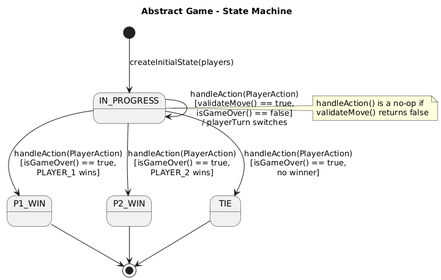
Earlier version of the PlantUML export docs/rules+validation/Game SM.png (Hainsman/SENG-300-Group-Project). The source it was exported from:
```plantuml
@startuml
title Abstract Game - State Machine

[*] --> IN_PROGRESS : createInitialState(players)

IN_PROGRESS --> IN_PROGRESS : handleAction(PlayerAction)\n[validateMove() == true,\nisGameOver() == false]\n/ playerTurn switches

IN_PROGRESS --> P1_WIN : handleAction(PlayerAction)\n[isGameOver() == true,\nPLAYER_1 wins]

IN_PROGRESS --> P2_WIN : handleAction(PlayerAction)\n[isGameOver() == true,\nPLAYER_2 wins]

IN_PROGRESS --> TIE : handleAction(PlayerAction)\n[isGameOver() == true,\nno winner]

note right of IN_PROGRESS
  handleAction() is a no-op if
  validateMove() returns false
end note

P1_WIN --> [*]
P2_WIN --> [*]
TIE --> [*]
@enduml
```
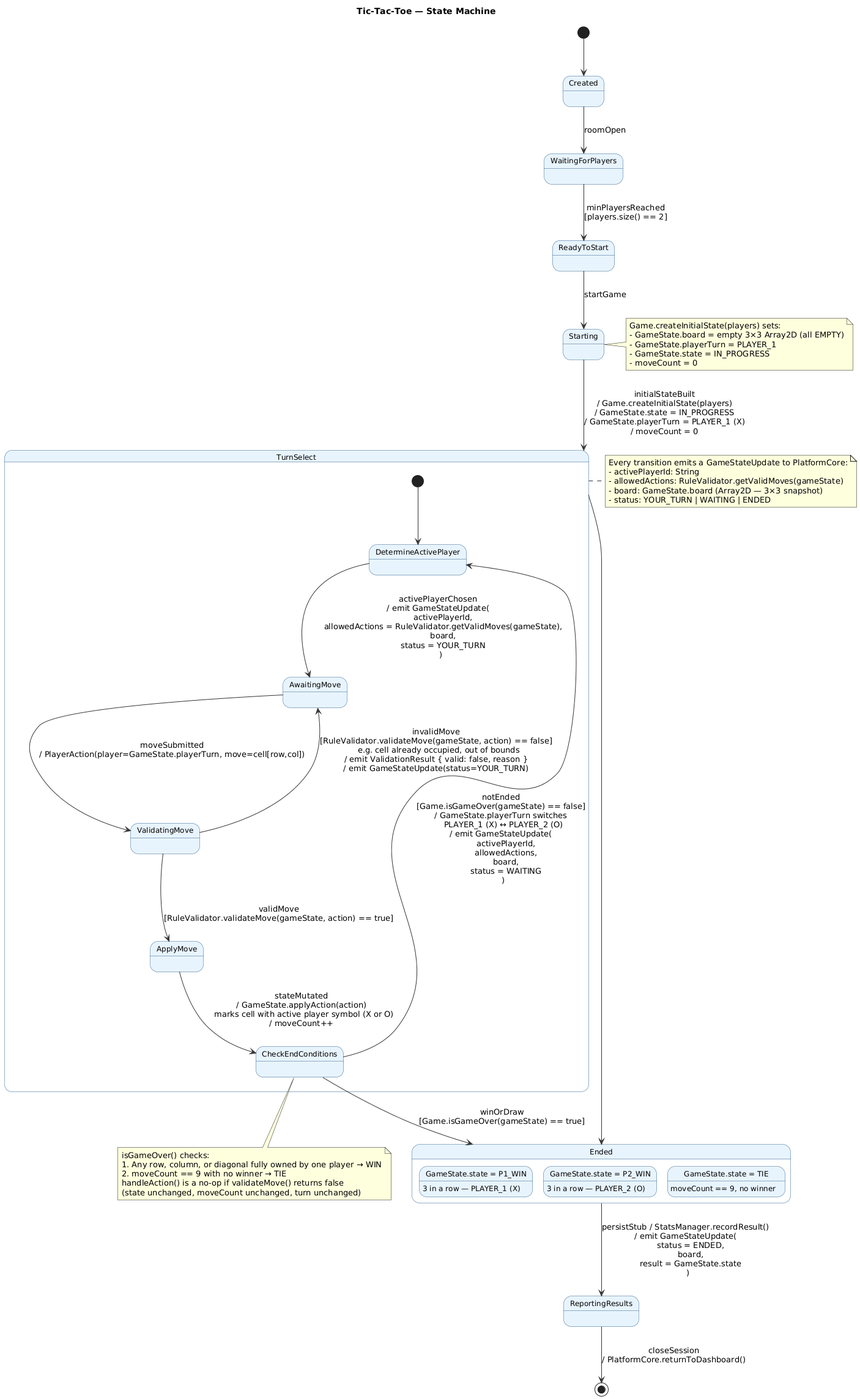
After the change.

Commit message:
Updated the Game SM Diagrams

The edit, as a diff of the source:
```diff
@@ -1,22 +1,78 @@
 @startuml
-title Abstract Game - State Machine
+title Tic-Tac-Toe — State Machine
 
-[*] --> IN_PROGRESS : createInitialState(players)
+skinparam state {
+  BackgroundColor #E8F4FD
+  BorderColor #2A5F8F
+  FontSize 12
+  ArrowColor #333333
+  StartColor #1a3a5c
+  EndColor #1a3a5c
+  CompositeBackgroundColor #F5FAFF
+  CompositeBorderColor #2A5F8F
+}
 
-IN_PROGRESS --> IN_PROGRESS : handleAction(PlayerAction)\n[validateMove() == true,\nisGameOver() == false]\n/ playerTurn switches
+[*] --> Created
 
-IN_PROGRESS --> P1_WIN : handleAction(PlayerAction)\n[isGameOver() == true,\nPLAYER_1 wins]
+Created --> WaitingForPlayers : roomOpen
 
-IN_PROGRESS --> P2_WIN : handleAction(PlayerAction)\n[isGameOver() == true,\nPLAYER_2 wins]
+WaitingForPlayers --> ReadyToStart : minPlayersReached\n[players.size() == 2]
 
-IN_PROGRESS --> TIE : handleAction(PlayerAction)\n[isGameOver() == true,\nno winner]
+ReadyToStart --> Starting : startGame
 
-note right of IN_PROGRESS
-  handleAction() is a no-op if
-  validateMove() returns false
+Starting --> TurnSelect : initialStateBuilt\n/ Game.createInitialState(players)\n/ GameState.state = IN_PROGRESS\n/ GameState.playerTurn = PLAYER_1 (X)\n/ moveCount = 0
+
+state TurnSelect {
+  [*] --> DetermineActivePlayer
+
+  DetermineActivePlayer --> AwaitingMove : activePlayerChosen\n/ emit GameStateUpdate(\n    activePlayerId,\n    allowedActions = RuleValidator.getValidMoves(gameState),\n    board,\n    status = YOUR_TURN\n  )
+
+  AwaitingMove --> ValidatingMove : moveSubmitted\n/ PlayerAction(player=GameState.playerTurn, move=cell[row,col])
+
+  ValidatingMove --> AwaitingMove : invalidMove\n[RuleValidator.validateMove(gameState, action) == false]\n  e.g. cell already occupied, out of bounds\n/ emit ValidationResult { valid: false, reason }\n/ emit GameStateUpdate(status=YOUR_TURN)
+
+  ValidatingMove --> ApplyMove : validMove\n[RuleValidator.validateMove(gameState, action) == true]
+
+  ApplyMove --> CheckEndConditions : stateMutated\n/ GameState.applyAction(action)\n  marks cell with active player symbol (X or O)\n/ moveCount++
+
+  CheckEndConditions --> DetermineActivePlayer : notEnded\n[Game.isGameOver(gameState) == false]\n/ GameState.playerTurn switches\n  PLAYER_1 (X) ↔ PLAYER_2 (O)\n/ emit GameStateUpdate(\n    activePlayerId,\n    allowedActions,\n    board,\n    status = WAITING\n  )
+
+  CheckEndConditions --> Ended : winOrDraw\n[Game.isGameOver(gameState) == true]
+}
+
+state Ended {
+  state "GameState.state = P1_WIN" as P1Win : 3 in a row — PLAYER_1 (X)
+  state "GameState.state = P2_WIN" as P2Win : 3 in a row — PLAYER_2 (O)
+  state "GameState.state = TIE"   as Tie   : moveCount == 9, no winner
+}
+
+TurnSelect --> Ended
+
+Ended --> ReportingResults : persistStub / StatsManager.recordResult()\n/ emit GameStateUpdate(\n    status = ENDED,\n    board,\n    result = GameState.state\n  )
+
+ReportingResults --> [*] : closeSession\n/ PlatformCore.returnToDashboard()
+
+note right of TurnSelect
+  Every transition emits a GameStateUpdate to PlatformCore:
+  - activePlayerId: String
+  - allowedActions: RuleValidator.getValidMoves(gameState)
+  - board: GameState.board (Array2D — 3×3 snapshot)
+  - status: YOUR_TURN | WAITING | ENDED
 end note
 
-P1_WIN --> [*]
-P2_WIN --> [*]
-TIE --> [*]
+note right of Starting
+  Game.createInitialState(players) sets:
+  - GameState.board = empty 3×3 Array2D (all EMPTY)
+  - GameState.playerTurn = PLAYER_1
+  - GameState.state = IN_PROGRESS
+  - moveCount = 0
+end note
+
+note bottom of CheckEndConditions
+  isGameOver() checks:
+  1. Any row, column, or diagonal fully owned by one player → WIN
+  2. moveCount == 9 with no winner → TIE
+  handleAction() is a no-op if validateMove() returns false
+  (state unchanged, moveCount unchanged, turn unchanged)
+end note
 @enduml
```
